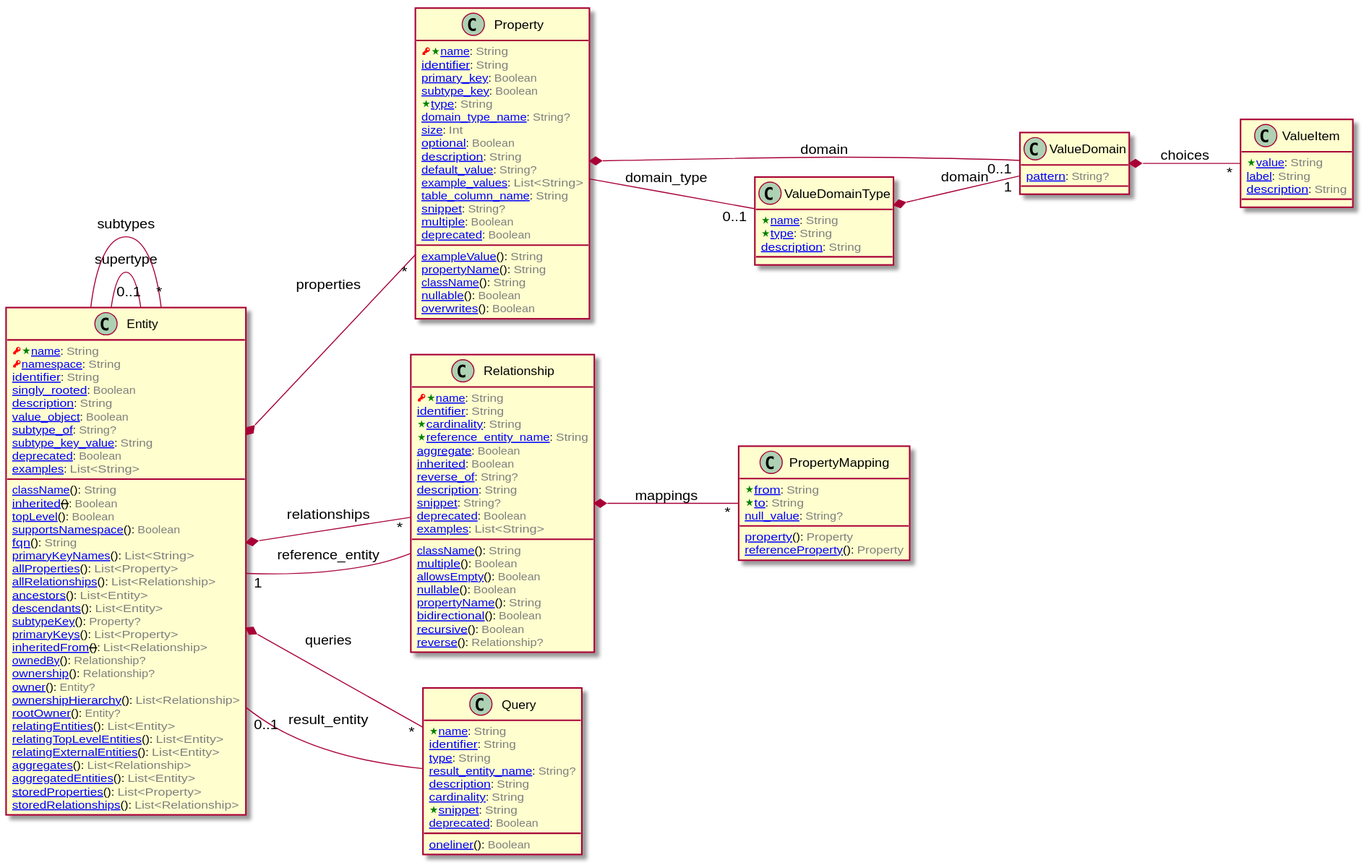
The PlantUML diagram doc/image/model-diagram.svg in laplacian-core/metamodel, before a commit.
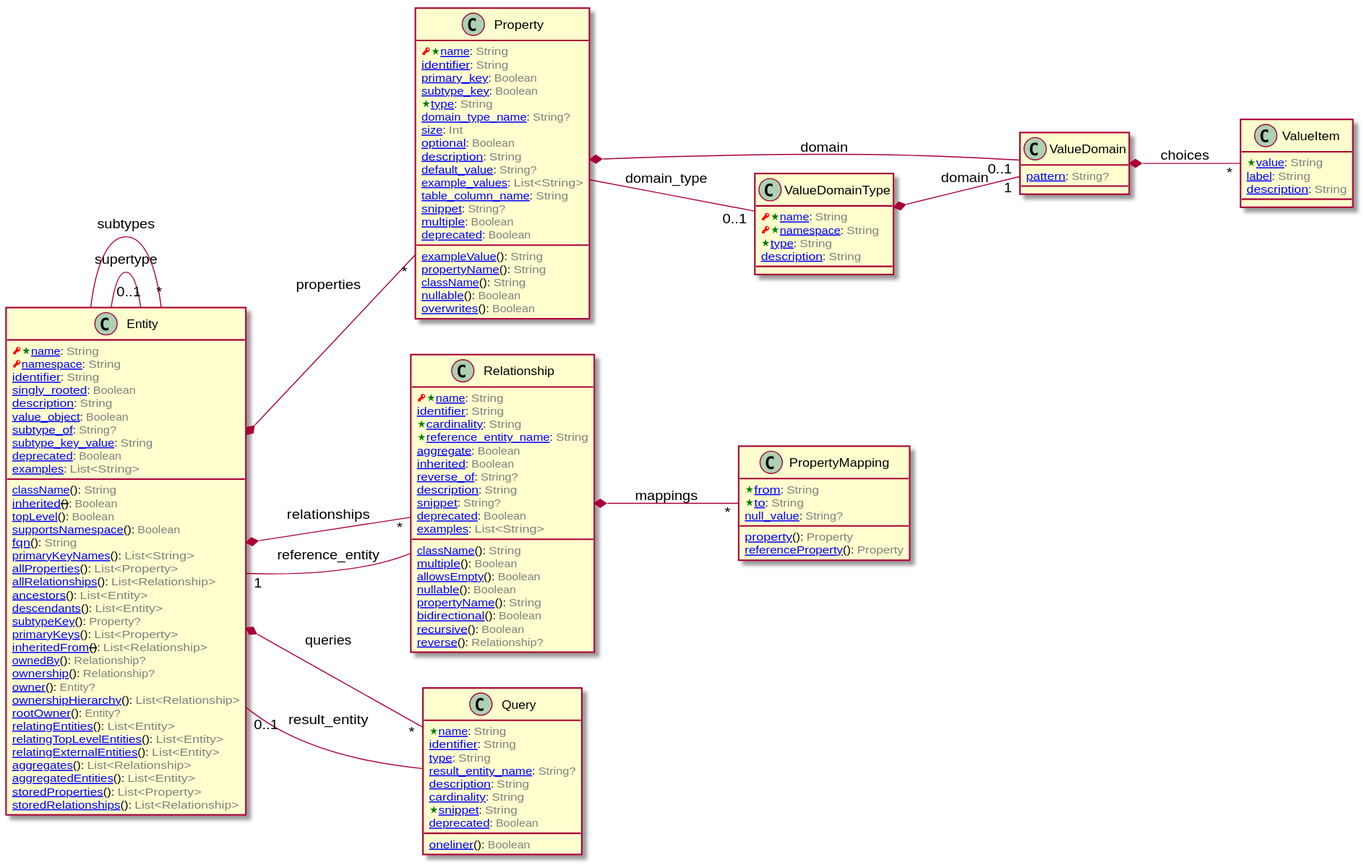
After the change.

Change to the diagram source:
```diff
@@ -190,8 +190,23 @@
 
 
 
+class ValueDomain [[/blob/master/doc/entities/ValueDomain.md]] {
+  [[/blob/master/doc/entities/ValueDomain.md#pattern-string pattern]]: <color:GRAY>String?</color>
+}
+
+
+
+
+
+
+ValueDomain *-- "*" ValueItem : choices
+
+
+
+
 class ValueDomainType [[/blob/master/doc/entities/ValueDomainType.md]] {
-  <color:Green><&star></color>[[/blob/master/doc/entities/ValueDomainType.md#name-string name]]: <color:GRAY>String</color>
+  <color:RED><&key></color><color:Green><&star></color>[[/blob/master/doc/entities/ValueDomainType.md#name-string name]]: <color:GRAY>String</color>
+  <color:RED><&key></color><color:Green><&star></color>[[/blob/master/doc/entities/ValueDomainType.md#namespace-string namespace]]: <color:GRAY>String</color>
   <color:Green><&star></color>[[/blob/master/doc/entities/ValueDomainType.md#type-string type]]: <color:GRAY>String</color>
   [[/blob/master/doc/entities/ValueDomainType.md#description-string description]]: <color:GRAY>String</color>
 }
@@ -206,20 +221,6 @@
 
 
 
-class ValueDomain [[/blob/master/doc/entities/ValueDomain.md]] {
-  [[/blob/master/doc/entities/ValueDomain.md#pattern-string pattern]]: <color:GRAY>String?</color>
-}
-
-
-
-
-
-
-ValueDomain *-- "*" ValueItem : choices
-
-
-
-
 class ValueItem [[/blob/master/doc/entities/ValueItem.md]] {
   <color:Green><&star></color>[[/blob/master/doc/entities/ValueItem.md#value-string value]]: <color:GRAY>String</color>
   [[/blob/master/doc/entities/ValueItem.md#label-string label]]: <color:GRAY>String</color>
```
